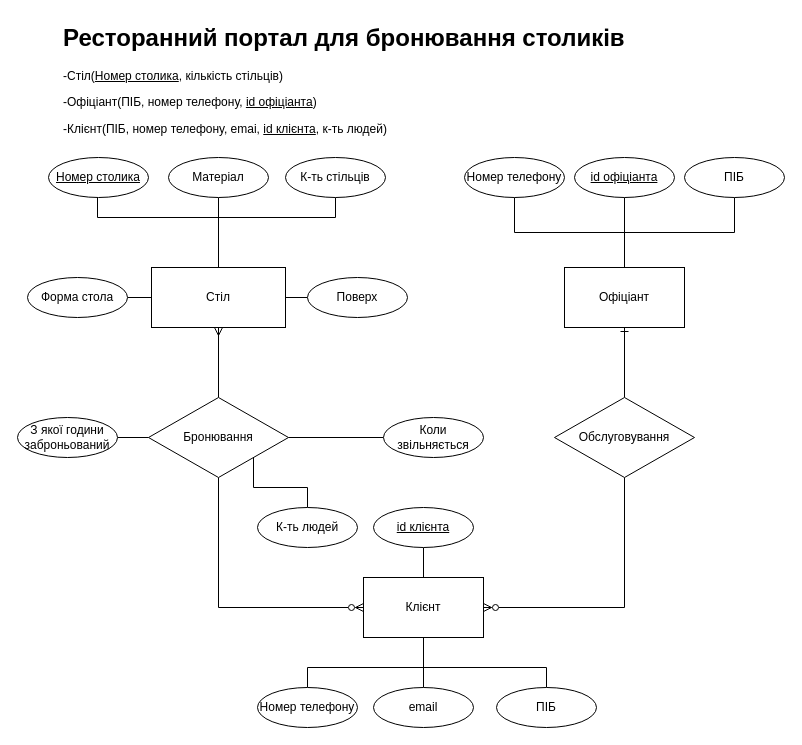
The draw.io diagram lab1/diagram.drawio in LernL/BD, before the edit. Source tidied: cells renumbered, new cells numbered last; positions are measured from the earlier drawing's top-left corner, leaving out a move shared by most shapes. Both pictures are drawn from the tidied source at 100%, with x=0, y=0 at pixel (17, 17).
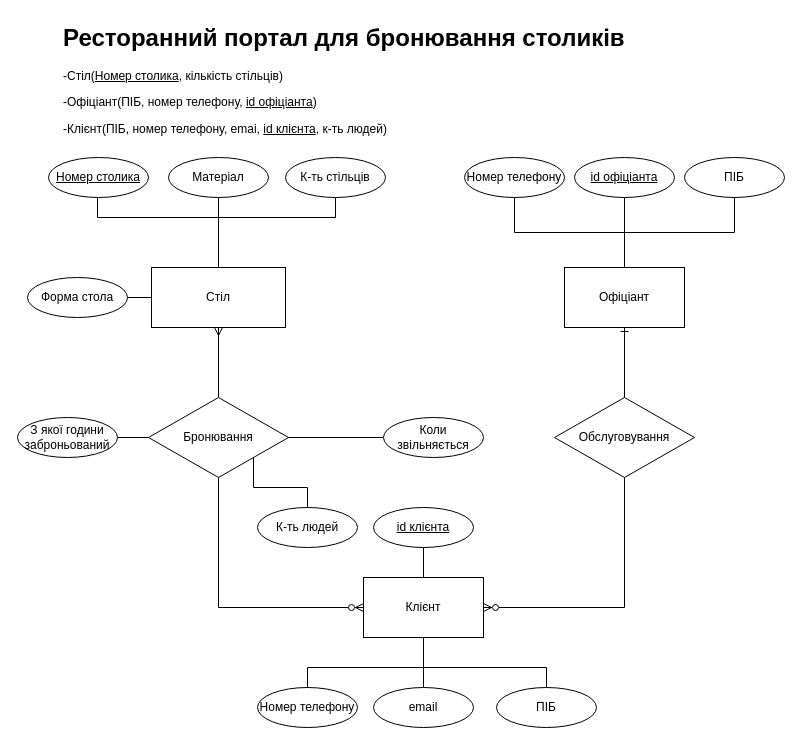
The same page after the edit.

The change refers to these unchanged cells:
```xml
<mxCell id="7" value="Стіл" style="rounded=0;whiteSpace=wrap;html=1;" parent="1" vertex="1">
  <mxGeometry x="134" y="250" width="134" height="60" as="geometry" />
</mxCell>
```

Change to the diagram source:
```diff
@@
-    <mxCell id="36" style="edgeStyle=orthogonalEdgeStyle;rounded=0;jettySize=auto;html=1;entryX=1;entryY=0.5;entryDx=0;entryDy=0;endArrow=none;endFill=0;" parent="1" edge="1" source="37" target="7">
-      <mxGeometry relative="1" as="geometry">
-        <Array as="points">
-          <mxPoint x="340" y="280" />
-        </Array>
-      </mxGeometry>
-    </mxCell>
-    <mxCell id="37" value="Поверх" style="ellipse;whiteSpace=wrap;html=1;align=center;" parent="1" vertex="1">
-      <mxGeometry x="290" y="260" width="100" height="40" as="geometry" />
-    </mxCell>
```
